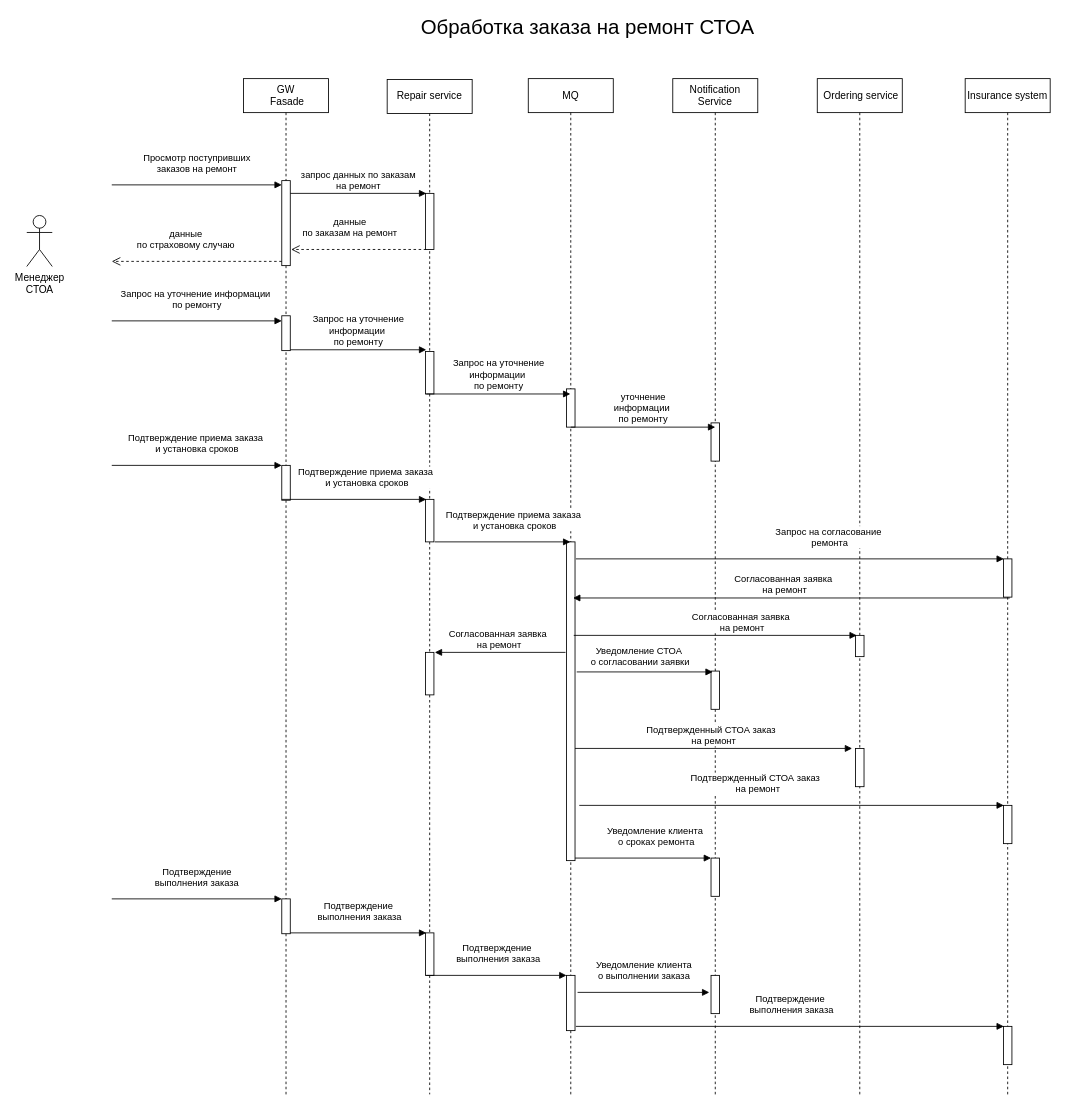
This is 2.Solution/5_2 Sequence_Diagramm.drawio from samsonovsa/OtusArhitectureFinalProject, a draw.io file, before an edit. Source tidied: cells renumbered, new cells numbered last; positions are measured from the earlier drawing's top-left corner, leaving out a move shared by most shapes. Both pictures are drawn from the tidied source at 85%, with x=0, y=0 at pixel (26, 14).
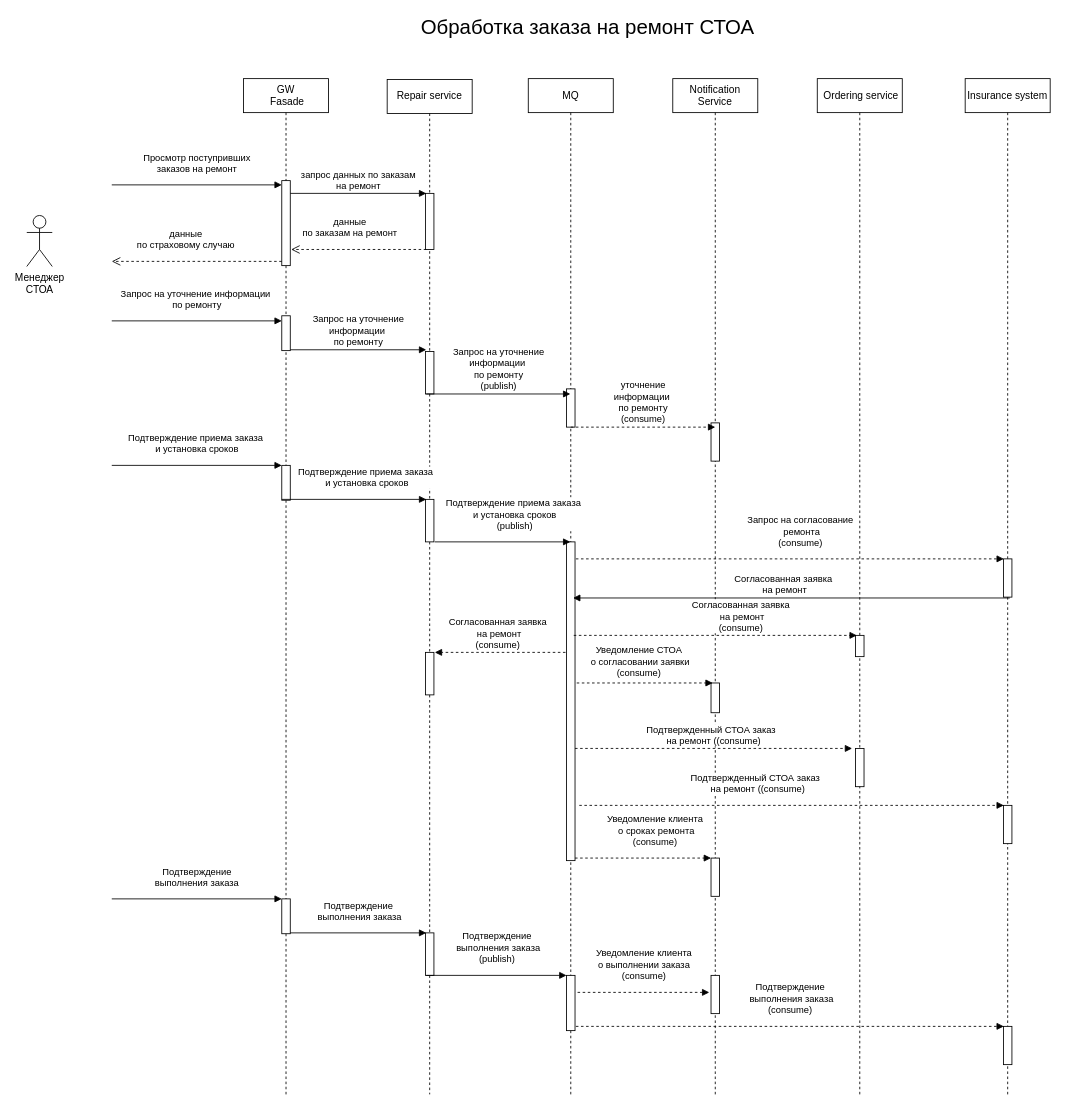
The same page after the edit.

Commit message (it also covers changes not shown here):
update sequence diagrams

Unchanged cells that the change refers to:
```xml
<mxCell id="6" value="MQ" style="shape=umlLifeline;perimeter=lifelinePerimeter;whiteSpace=wrap;html=1;outlineConnect=0;portConstraint=eastwest;newEdgeStyle={&quot;edgeStyle&quot;:&quot;elbowEdgeStyle&quot;,&quot;elbow&quot;:&quot;vertical&quot;,&quot;curved&quot;:0,&quot;rounded&quot;:0};" parent="1" vertex="1">
  <mxGeometry x="590" y="75" width="100" height="1195" as="geometry" />
</mxCell>
<mxCell id="10" value="Notification Service" style="shape=umlLifeline;perimeter=lifelinePerimeter;whiteSpace=wrap;html=1;newEdgeStyle={&quot;edgeStyle&quot;:&quot;elbowEdgeStyle&quot;,&quot;elbow&quot;:&quot;vertical&quot;,&quot;curved&quot;:0,&quot;rounded&quot;:0};" parent="1" vertex="1">
  <mxGeometry x="760" y="75" width="100" height="1195" as="geometry" />
</mxCell>
```

The edit, as a diff of the source:
```diff
@@
     <mxCell id="14" style="html=1;perimeter=orthogonalPerimeter;targetShapes=umlLifeline;newEdgeStyle={&quot;curved&quot;:0,&quot;rounded&quot;:0};" parent="10" vertex="1">
-      <mxGeometry x="45" y="697" width="10" height="45" as="geometry" />
+      <mxGeometry x="45" y="711" width="10" height="35" as="geometry" />
     </mxCell>
@@
-    <mxCell id="37" value="Запрос на уточнение &lt;br&gt;информации&amp;nbsp;&lt;br style=&quot;border-color: var(--border-color);&quot;&gt;по ремонту" style="html=1;verticalAlign=bottom;endArrow=block;curved=0;rounded=0;" parent="1" edge="1" target="6">
+    <mxCell id="37" value="Запрос на уточнение &lt;br&gt;информации&amp;nbsp;&lt;br style=&quot;border-color: var(--border-color);&quot;&gt;по ремонту&lt;br&gt;(publish)" style="html=1;verticalAlign=bottom;endArrow=block;curved=0;rounded=0;" parent="1" edge="1" target="6">
       <mxGeometry relative="1" as="geometry">
         <mxPoint x="470" y="446" as="sourcePoint" />
       </mxGeometry>
     </mxCell>
-    <mxCell id="38" value="уточнение &lt;br&gt;информации&amp;nbsp;&lt;br style=&quot;border-color: var(--border-color);&quot;&gt;по ремонту" style="html=1;verticalAlign=bottom;endArrow=block;curved=0;rounded=0;" parent="1" edge="1">
+    <mxCell id="38" value="уточнение &lt;br&gt;информации&amp;nbsp;&lt;br style=&quot;border-color: var(--border-color);&quot;&gt;по ремонту&lt;br&gt;(consume)" style="html=1;verticalAlign=bottom;endArrow=block;curved=0;rounded=0;dashed=1;" parent="1" edge="1">
       <mxGeometry relative="1" as="geometry">
         <mxPoint x="640" y="485" as="sourcePoint" />
         <mxPoint x="810" y="485" as="targetPoint" />
       </mxGeometry>
     </mxCell>
@@
-    <mxCell id="41" value="Подтверждение приема заказа&amp;nbsp;&lt;br&gt;и установка сроков" style="html=1;verticalAlign=bottom;endArrow=block;curved=0;rounded=0;" parent="1" edge="1" target="6">
+    <mxCell id="41" value="Подтверждение приема заказа&amp;nbsp;&lt;br&gt;и установка сроков&lt;br&gt;(publish)" style="html=1;verticalAlign=bottom;endArrow=block;curved=0;rounded=0;" parent="1" edge="1" target="6">
       <mxGeometry x="0.18" y="10" relative="1" as="geometry">
         <mxPoint x="480" y="620" as="sourcePoint" />
       </mxGeometry>
     </mxCell>
-    <mxCell id="42" value="Уведомление клиента&lt;br&gt;&amp;nbsp;о сроках ремонта" style="html=1;verticalAlign=bottom;endArrow=block;curved=0;rounded=0;" parent="1" edge="1">
+    <mxCell id="42" value="Уведомление клиента&lt;br&gt;&amp;nbsp;о сроках ремонта&lt;br&gt;(consume)" style="html=1;verticalAlign=bottom;endArrow=block;curved=0;rounded=0;dashed=1;" parent="1" edge="1">
       <mxGeometry x="0.18" y="10" relative="1" as="geometry">
         <mxPoint x="645" y="992" as="sourcePoint" />
         <mxPoint x="805" y="992" as="targetPoint" />
       </mxGeometry>
     </mxCell>
-    <mxCell id="43" value="Подтвержденный СТОА заказ&amp;nbsp;&amp;nbsp;&lt;br&gt;на ремонт" style="html=1;verticalAlign=bottom;endArrow=block;curved=0;rounded=0;" parent="1" edge="1">
+    <mxCell id="43" value="Подтвержденный СТОА заказ&amp;nbsp;&amp;nbsp;&lt;br&gt;на ремонт ((consume)" style="html=1;verticalAlign=bottom;endArrow=block;curved=0;rounded=0;dashed=1;" parent="1" edge="1">
       <mxGeometry relative="1" as="geometry">
         <mxPoint x="645" y="863" as="sourcePoint" />
         <mxPoint x="971" y="863" as="targetPoint" />
       </mxGeometry>
     </mxCell>
-    <mxCell id="44" value="Подтвержденный СТОА заказ&amp;nbsp;&amp;nbsp;&lt;br&gt;на ремонт" style="html=1;verticalAlign=bottom;endArrow=block;curved=0;rounded=0;" parent="1" edge="1">
+    <mxCell id="44" value="Подтвержденный СТОА заказ&amp;nbsp;&amp;nbsp;&lt;br&gt;на ремонт ((consume)" style="html=1;verticalAlign=bottom;endArrow=block;curved=0;rounded=0;dashed=1;" parent="1" edge="1">
       <mxGeometry x="-0.16" y="10" relative="1" as="geometry">
         <mxPoint x="650" y="930" as="sourcePoint" />
         <mxPoint x="1149.5" y="930" as="targetPoint" />
       </mxGeometry>
     </mxCell>
@@
-    <mxCell id="47" value="Подтверждение&lt;br&gt;&amp;nbsp;выполнения заказа" style="html=1;verticalAlign=bottom;endArrow=block;curved=0;rounded=0;" parent="1" edge="1">
+    <mxCell id="47" value="Подтверждение&lt;br&gt;&amp;nbsp;выполнения заказа&lt;br&gt;(publish)" style="html=1;verticalAlign=bottom;endArrow=block;curved=0;rounded=0;" parent="1" edge="1">
       <mxGeometry y="10" relative="1" as="geometry">
         <mxPoint x="470" y="1130" as="sourcePoint" />
         <mxPoint x="635" y="1130" as="targetPoint" />
       </mxGeometry>
     </mxCell>
-    <mxCell id="48" value="Уведомление клиента &lt;br&gt;о выполнении заказа" style="html=1;verticalAlign=bottom;endArrow=block;curved=0;rounded=0;" parent="1" edge="1">
+    <mxCell id="48" value="Уведомление клиента &lt;br&gt;о выполнении заказа&lt;br&gt;(consume)" style="html=1;verticalAlign=bottom;endArrow=block;curved=0;rounded=0;dashed=1;" parent="1" edge="1">
       <mxGeometry y="10" relative="1" as="geometry">
         <mxPoint x="648" y="1150" as="sourcePoint" />
         <mxPoint x="803" y="1150" as="targetPoint" />
       </mxGeometry>
     </mxCell>
-    <mxCell id="49" value="Подтверждение&lt;br&gt;&amp;nbsp;выполнения заказа" style="html=1;verticalAlign=bottom;endArrow=block;curved=0;rounded=0;" parent="1" edge="1">
+    <mxCell id="49" value="Подтверждение&lt;br&gt;&amp;nbsp;выполнения заказа&lt;br&gt;(consume)" style="html=1;verticalAlign=bottom;endArrow=block;curved=0;rounded=0;dashed=1;" parent="1" edge="1">
       <mxGeometry y="10" relative="1" as="geometry">
         <mxPoint x="646" y="1190" as="sourcePoint" />
         <mxPoint x="1149.5" y="1190" as="targetPoint" />
       </mxGeometry>
     </mxCell>
-    <mxCell id="50" value="Запрос на согласование&lt;br style=&quot;border-color: var(--border-color);&quot;&gt;&amp;nbsp;ремонта" style="html=1;verticalAlign=bottom;endArrow=block;curved=0;rounded=0;" parent="1" edge="1">
-      <mxGeometry x="0.18" y="10" relative="1" as="geometry">
+    <mxCell id="50" value="Запрос на согласование&lt;br style=&quot;border-color: var(--border-color);&quot;&gt;&amp;nbsp;ремонта&lt;br&gt;(consume)" style="html=1;verticalAlign=bottom;endArrow=block;curved=0;rounded=0;dashed=1;" parent="1" edge="1">
+      <mxGeometry x="0.05" y="10" relative="1" as="geometry">
         <mxPoint x="646" y="640" as="sourcePoint" />
         <mxPoint x="1149.5" y="640" as="targetPoint" />
       </mxGeometry>
     </mxCell>
@@
-    <mxCell id="52" value="Согласованная заявка&lt;br style=&quot;border-color: var(--border-color);&quot;&gt;&amp;nbsp;на ремонт" style="html=1;verticalAlign=bottom;endArrow=block;curved=0;rounded=0;" parent="1" edge="1">
+    <mxCell id="52" value="Согласованная заявка&lt;br style=&quot;border-color: var(--border-color);&quot;&gt;&amp;nbsp;на ремонт&lt;br&gt;(consume)" style="html=1;verticalAlign=bottom;endArrow=block;curved=0;rounded=0;dashed=1;" parent="1" edge="1">
       <mxGeometry x="0.04" relative="1" as="geometry">
         <mxPoint x="633.8" y="750" as="sourcePoint" />
         <mxPoint x="480" y="750" as="targetPoint" />
       </mxGeometry>
     </mxCell>
-    <mxCell id="53" value="Согласованная заявка&lt;br style=&quot;border-color: var(--border-color);&quot;&gt;&amp;nbsp;на ремонт" style="html=1;verticalAlign=bottom;endArrow=block;curved=0;rounded=0;" parent="1" edge="1">
+    <mxCell id="53" value="Согласованная заявка&lt;br style=&quot;border-color: var(--border-color);&quot;&gt;&amp;nbsp;на ремонт&lt;br&gt;(consume)" style="html=1;verticalAlign=bottom;endArrow=block;curved=0;rounded=0;dashed=1;" parent="1" edge="1">
       <mxGeometry x="0.18" relative="1" as="geometry">
         <mxPoint x="643.5" y="730" as="sourcePoint" />
         <mxPoint x="976.5" y="730" as="targetPoint" />
       </mxGeometry>
     </mxCell>
-    <mxCell id="54" value="Уведомление СТОА&lt;br&gt;&amp;nbsp;о согласовании заявки" style="html=1;verticalAlign=bottom;endArrow=block;curved=0;rounded=0;" parent="1" edge="1">
+    <mxCell id="54" value="Уведомление СТОА&lt;br&gt;&amp;nbsp;о согласовании заявки &lt;br&gt;(consume)" style="html=1;verticalAlign=bottom;endArrow=block;curved=0;rounded=0;dashed=1;" parent="1" edge="1">
       <mxGeometry x="-0.09" y="3" relative="1" as="geometry">
-        <mxPoint x="647" y="773" as="sourcePoint" />
-        <mxPoint x="807" y="773" as="targetPoint" />
+        <mxPoint x="647" y="786" as="sourcePoint" />
+        <mxPoint x="807" y="786" as="targetPoint" />
       </mxGeometry>
     </mxCell>
```
